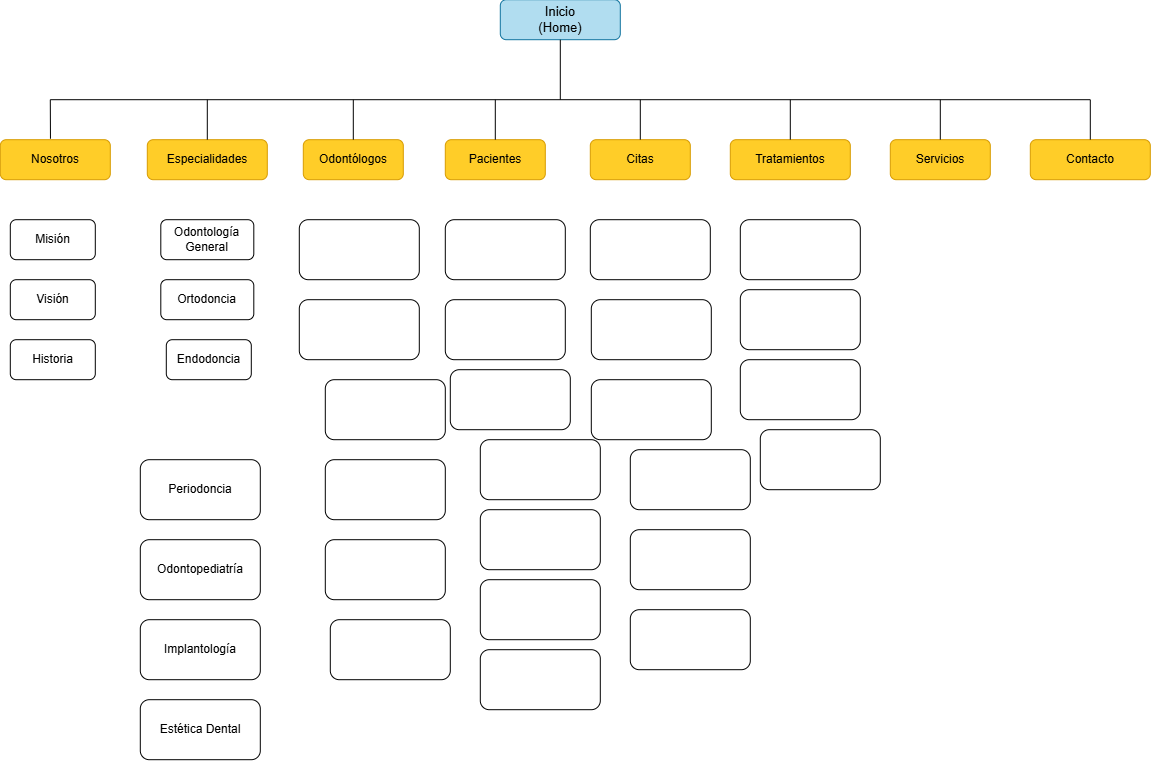
Earlier version of the draw.io export sistema web.drawio.png (IngridCruzY/sistema-web-cl-nica-odont-loga). Source tidied: cells renumbered, new cells last; positions are measured from the earlier drawing's top-left corner, leaving out a move shared by most shapes.
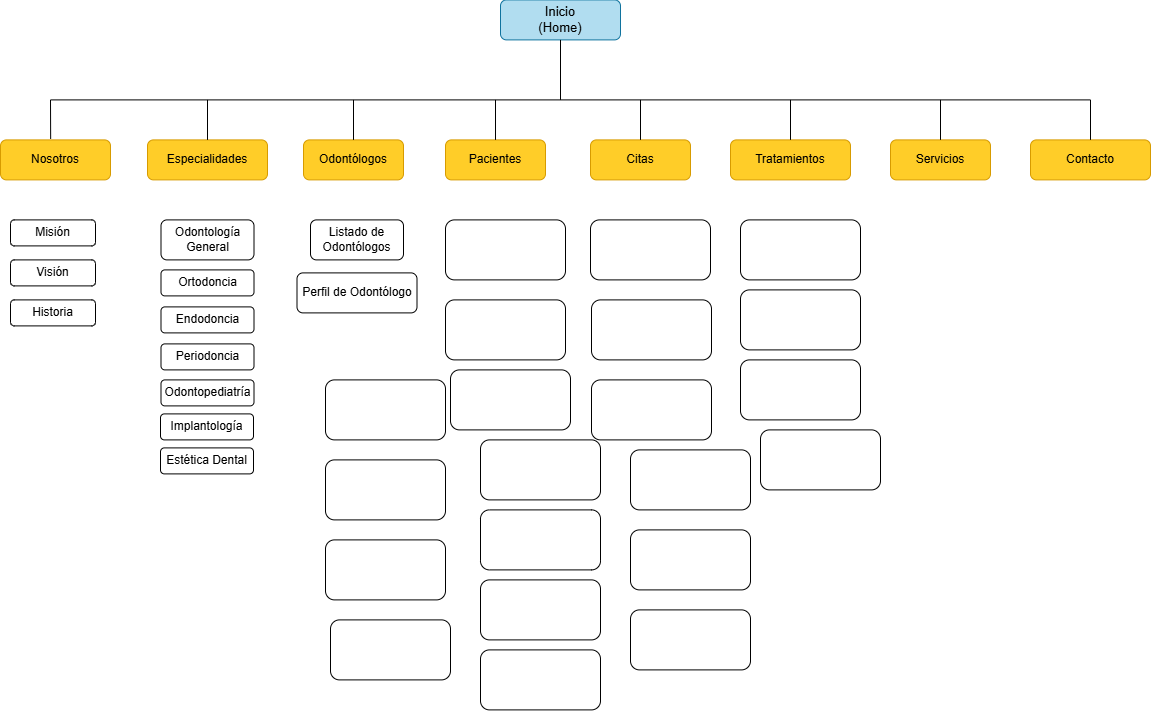
Later version of the same file.

What changed in the source:
```diff
@@ -81,40 +81,40 @@
       </mxGeometry>
     </mxCell>
     <mxCell id="21" value="Misión" style="rounded=1;whiteSpace=wrap;html=1;" parent="1" vertex="1">
-      <mxGeometry x="10" y="220" width="85" height="40" as="geometry" />
+      <mxGeometry x="10" y="220" width="85" height="26" as="geometry" />
     </mxCell>
     <mxCell id="22" value="Visión" style="rounded=1;whiteSpace=wrap;html=1;" parent="1" vertex="1">
-      <mxGeometry x="10" y="280" width="85" height="40" as="geometry" />
+      <mxGeometry x="10" y="260" width="85" height="26" as="geometry" />
     </mxCell>
     <mxCell id="23" value="Historia" style="rounded=1;whiteSpace=wrap;html=1;" parent="1" vertex="1">
-      <mxGeometry x="10" y="340" width="85" height="40" as="geometry" />
+      <mxGeometry x="10" y="300" width="85" height="26" as="geometry" />
     </mxCell>
     <mxCell id="24" value="Odontología &lt;br&gt;General" style="rounded=1;whiteSpace=wrap;html=1;" parent="1" vertex="1">
       <mxGeometry x="160.5" y="220" width="93" height="40" as="geometry" />
     </mxCell>
     <mxCell id="25" value="Ortodoncia" style="rounded=1;whiteSpace=wrap;html=1;" parent="1" vertex="1">
-      <mxGeometry x="160.5" y="280" width="93" height="40" as="geometry" />
+      <mxGeometry x="160.5" y="270" width="93" height="26" as="geometry" />
     </mxCell>
     <mxCell id="26" value="Endodoncia" style="rounded=1;whiteSpace=wrap;html=1;" parent="1" vertex="1">
-      <mxGeometry x="166" y="340" width="85" height="40" as="geometry" />
+      <mxGeometry x="160.5" y="307" width="93" height="26" as="geometry" />
     </mxCell>
     <mxCell id="27" value="Periodoncia" style="rounded=1;whiteSpace=wrap;html=1;" parent="1" vertex="1">
-      <mxGeometry x="140" y="460" width="120" height="60" as="geometry" />
+      <mxGeometry x="160.5" y="344" width="93" height="26" as="geometry" />
     </mxCell>
     <mxCell id="28" value="Odontopediatría" style="rounded=1;whiteSpace=wrap;html=1;" parent="1" vertex="1">
-      <mxGeometry x="140" y="540" width="120" height="60" as="geometry" />
+      <mxGeometry x="160.5" y="380" width="93" height="26" as="geometry" />
     </mxCell>
     <mxCell id="29" value="Implantología" style="rounded=1;whiteSpace=wrap;html=1;" parent="1" vertex="1">
-      <mxGeometry x="140" y="620" width="120" height="60" as="geometry" />
+      <mxGeometry x="160" y="414" width="93" height="26" as="geometry" />
     </mxCell>
     <mxCell id="30" value="Estética Dental" style="rounded=1;whiteSpace=wrap;html=1;" parent="1" vertex="1">
-      <mxGeometry x="140" y="700" width="120" height="60" as="geometry" />
+      <mxGeometry x="160" y="448" width="93" height="26" as="geometry" />
     </mxCell>
-    <mxCell id="31" style="rounded=1;whiteSpace=wrap;html=1;" parent="1" vertex="1">
-      <mxGeometry x="299" y="220" width="120" height="60" as="geometry" />
+    <mxCell id="31" value="Listado de&lt;br&gt;Odontólogos" style="rounded=1;whiteSpace=wrap;html=1;" parent="1" vertex="1">
+      <mxGeometry x="310" y="220" width="93" height="40" as="geometry" />
     </mxCell>
-    <mxCell id="32" style="rounded=1;whiteSpace=wrap;html=1;" parent="1" vertex="1">
-      <mxGeometry x="299" y="300" width="120" height="60" as="geometry" />
+    <mxCell id="32" value="Perfil de Odontólogo" style="rounded=1;whiteSpace=wrap;html=1;" parent="1" vertex="1">
+      <mxGeometry x="296.5" y="273" width="120" height="40" as="geometry" />
     </mxCell>
     <mxCell id="33" style="rounded=1;whiteSpace=wrap;html=1;" parent="1" vertex="1">
       <mxGeometry x="325" y="380" width="120" height="60" as="geometry" />
```
